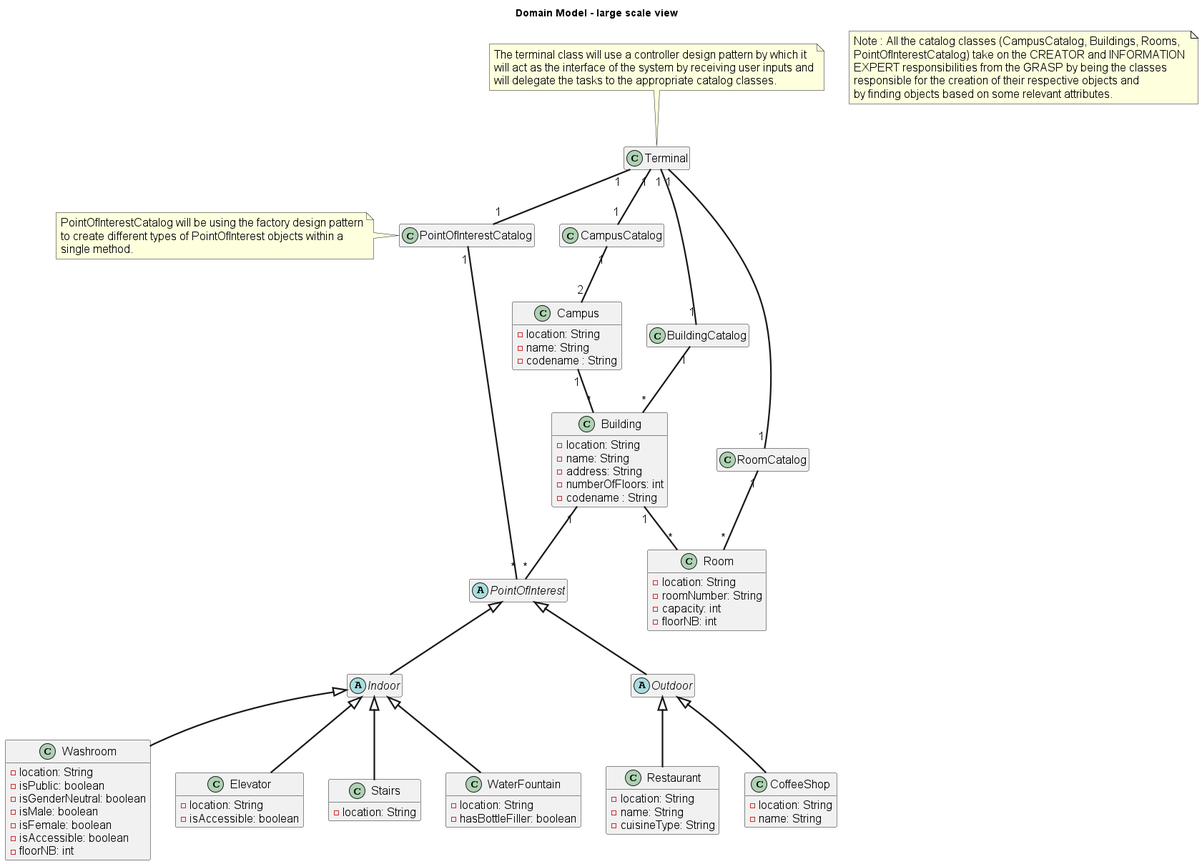
The PlantUML diagram Sprint 1/Domain Model/Domain Model.png in The-Innovators-390/TheInnovators, before a commit. Source of this version:
```plantuml
@startuml Domain Model
skinparam DefaultFontName Arial
skinparam DefaultFontSize 16
skinparam DefaultFontStyle bold
skinparam ArrowThickness 2.2
title Domain Model - large scale view
hide empty members

class "Terminal" as terminal {}

class "CampusCatalog" as CampusCatalog {}
class "Campus" as Campus {
    - location: String
    - name: String
    - codename : String
}

class "BuildingCatalog" as Buildings {}
class "Building" as Building {
    - location: String
    - name: String
    - address: String
    - numberOfFloors: int
    - codename : String
}

class "RoomCatalog" as Rooms {}
class "Room" as Room {
    - location: String
    - roomNumber: String
    - capacity: int
    - floorNB: int
}
class "PointOfInterestCatalog" as PointOfInterestCatalog {}

abstract class "PointOfInterest" as PointOfInterest {}
abstract class "Indoor" as Indoor {}
class "Washroom" as Washroom {
    - location: String
    - isPublic: boolean
    - isGenderNeutral: boolean
    - isMale: boolean
    - isFemale: boolean
    - isAccessible: boolean
    - floorNB: int
}
class "Elevator" as Elevator {
    - location: String
    - isAccessible: boolean
}
class "Stairs" as Stairs {
    - location: String
}
class "WaterFountain" as WaterFountain {
    - location: String
    - hasBottleFiller: boolean
}

abstract class "Outdoor" as Outdoor {}

class "Restaurant" as Restaurant {
    - location: String
    - name: String
    - cuisineType: String
}
class "CoffeeShop" as CoffeeShop {
    - location: String
    - name: String
}

terminal "1" -- "1" CampusCatalog
terminal "1"-- "1" Buildings
terminal "1" -- "1" Rooms
terminal "1" -- "1" PointOfInterestCatalog

note top of terminal
    The terminal class will use a controller design pattern by which it
    will act as the interface of the system by receiving user inputs and
    will delegate the tasks to the appropriate catalog classes.
end note

note left of PointOfInterestCatalog
    PointOfInterestCatalog will be using the factory design pattern
    to create different types of PointOfInterest objects within a
    single method.
end note

note as CreatorInfoGRASP
    Note : All the catalog classes (CampusCatalog, Buildings, Rooms,
    PointOfInterestCatalog) take on the CREATOR and INFORMATION
    EXPERT responsibilities from the GRASP by being the classes
    responsible for the creation of their respective objects and
    by finding objects based on some relevant attributes.
end note

CampusCatalog "1" -- "2" Campus

Buildings "1" -- "*" Building

Rooms "1" -- "*" Room

Campus "1" -- "*" Building

Building "1" -- "*" Room

Building "1" -- "*" PointOfInterest

PointOfInterestCatalog "1" -- "*" PointOfInterest
PointOfInterest <|-- Indoor
Indoor <|-- Washroom
Indoor <|-- Elevator
Indoor <|-- Stairs
Indoor <|-- WaterFountain
PointOfInterest <|-- Outdoor
Outdoor <|-- Restaurant
Outdoor <|-- CoffeeShop

@enduml
```
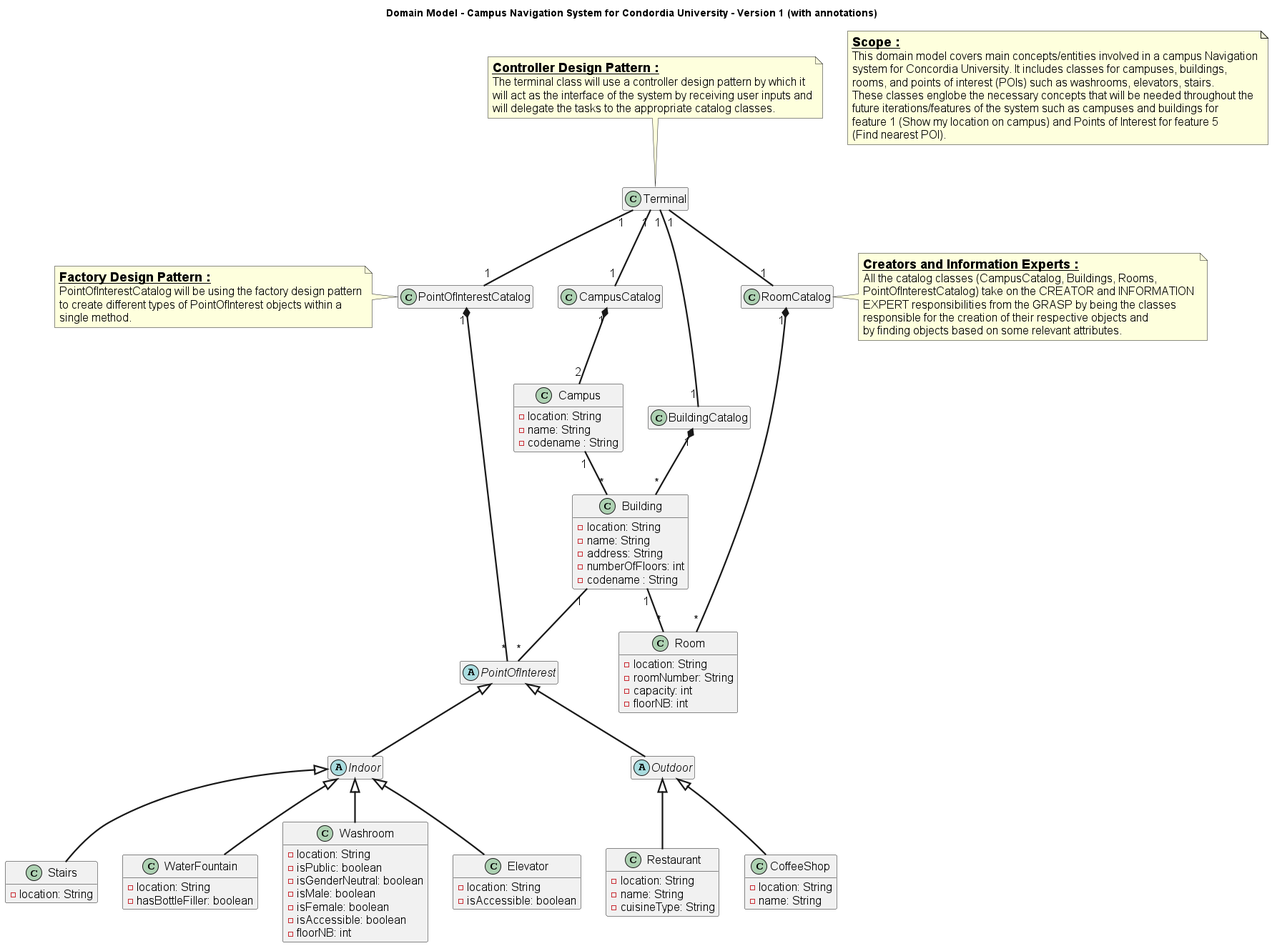
The same file after the commit.

Commit message:
update exported domain model

The edit, as a diff of the source:
```diff
@@ -3,8 +3,19 @@
 skinparam DefaultFontSize 16
 skinparam DefaultFontStyle bold
 skinparam ArrowThickness 2.2
-title Domain Model - large scale view
+title Domain Model - Campus Navigation System for Condordia University - Version 1 (with annotations)
 hide empty members
+
+note as Scope
+    <size:18><b><u>Scope :</u></b></size>
+    This domain model covers main concepts/entities involved in a campus Navigation
+    system for Concordia University. It includes classes for campuses, buildings,
+    rooms, and points of interest (POIs) such as washrooms, elevators, stairs.
+    These classes englobe the necessary concepts that will be needed throughout the
+    future iterations/features of the system such as campuses and buildings for
+    feature 1 (Show my location on campus) and Points of Interest for feature 5
+    (Find nearest POI).
+end note
 
 class "Terminal" as terminal {}
 
@@ -69,35 +80,38 @@
 }
 
 terminal "1" -- "1" CampusCatalog
-terminal "1"-- "1" Buildings
+terminal "1" -- "1" Buildings
 terminal "1" -- "1" Rooms
 terminal "1" -- "1" PointOfInterestCatalog
 
 note top of terminal
+    <size:18><b><u>Controller Design Pattern :</u></b></size>
     The terminal class will use a controller design pattern by which it
     will act as the interface of the system by receiving user inputs and
     will delegate the tasks to the appropriate catalog classes.
 end note
 
 note left of PointOfInterestCatalog
+    <size:18><b><u>Factory Design Pattern :</u></b></size>
     PointOfInterestCatalog will be using the factory design pattern
     to create different types of PointOfInterest objects within a
     single method.
 end note
 
-note as CreatorInfoGRASP
-    Note : All the catalog classes (CampusCatalog, Buildings, Rooms,
+note right of Rooms
+    <size:18><b><u>Creators and Information Experts :</u></b></size>
+    All the catalog classes (CampusCatalog, Buildings, Rooms,
     PointOfInterestCatalog) take on the CREATOR and INFORMATION
     EXPERT responsibilities from the GRASP by being the classes
     responsible for the creation of their respective objects and
     by finding objects based on some relevant attributes.
 end note
 
-CampusCatalog "1" -- "2" Campus
+CampusCatalog "1" *-- "2" Campus
 
-Buildings "1" -- "*" Building
+Buildings "1" *-- "*" Building
 
-Rooms "1" -- "*" Room
+Rooms "1" *-- "*" Room
 
 Campus "1" -- "*" Building
 
@@ -105,7 +119,8 @@
 
 Building "1" -- "*" PointOfInterest
 
-PointOfInterestCatalog "1" -- "*" PointOfInterest
+PointOfInterestCatalog "1" *-- "*" PointOfInterest
+
 PointOfInterest <|-- Indoor
 Indoor <|-- Washroom
 Indoor <|-- Elevator
```
